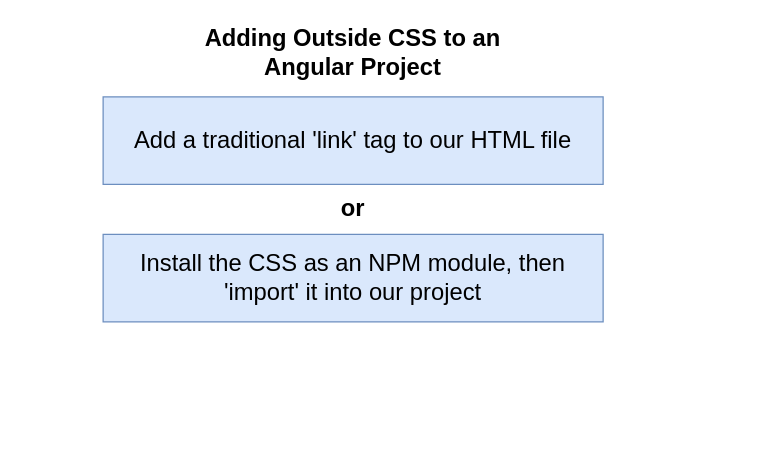
StephenGrider/ng-casts keeps this draw.io diagram as page "07 - methods" (5 of 27) of diagrams/cards/diagrams.drawio. Above is the earlier version. Source tidied: cells renumbered, new cells numbered last; positions are measured from the earlier drawing's top-left corner, leaving out a move shared by most shapes. Both pictures are drawn from the tidied source at 125%, with x=0, y=0 at pixel (102, 21).
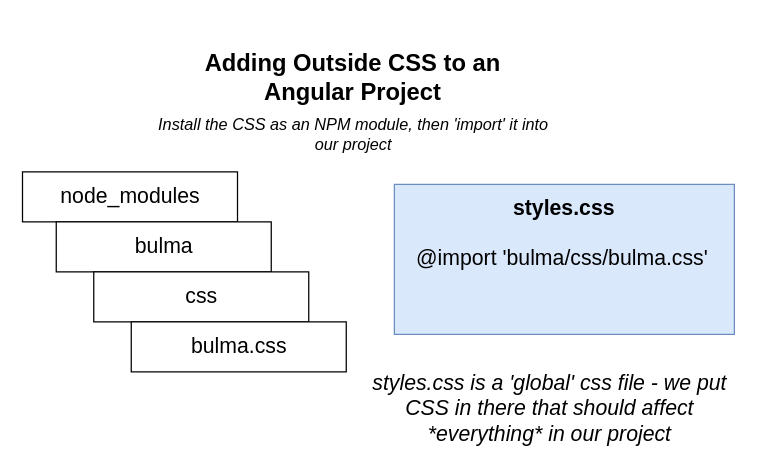
After the change.

What changed in the source:
```diff
@@
 <mxGraphModel>
   <root>
     <mxCell id="0" />
     <mxCell id="1" parent="0" />
-    <mxCell id="2" value="Add a traditional 'link' tag to our HTML file" style="rounded=0;whiteSpace=wrap;html=1;shadow=0;fontSize=19;align=center;fillColor=#dae8fc;strokeColor=#6c8ebf;" parent="1" vertex="1">
-      <mxGeometry y="60" width="400" height="70" as="geometry" />
-    </mxCell>
     <mxCell id="3" value="Adding Outside CSS to an Angular Project" style="text;html=1;strokeColor=none;fillColor=none;align=center;verticalAlign=middle;whiteSpace=wrap;rounded=0;shadow=0;fontSize=19;fontStyle=1;" parent="1" vertex="1">
-      <mxGeometry x="65" width="270" height="50" as="geometry" />
+      <mxGeometry x="65" y="20" width="270" height="50" as="geometry" />
     </mxCell>
-    <mxCell id="4" value="Install the CSS as an NPM module, then 'import' it into our project" style="rounded=0;whiteSpace=wrap;html=1;shadow=0;fontSize=19;align=center;fillColor=#dae8fc;strokeColor=#6c8ebf;" parent="1" vertex="1">
-      <mxGeometry y="170" width="400" height="70" as="geometry" />
+    <mxCell id="4" value="&lt;span style=&quot;font-size: 13px;&quot;&gt;Install the CSS as an NPM module, then 'import' it into our project&lt;/span&gt;" style="text;html=1;strokeColor=none;fillColor=none;align=center;verticalAlign=middle;whiteSpace=wrap;rounded=0;shadow=0;fontSize=13;fontStyle=2;" parent="1" vertex="1">
+      <mxGeometry x="42.5" y="80" width="315" height="20" as="geometry" />
     </mxCell>
-    <mxCell id="5" value="&lt;b&gt;or&lt;/b&gt;" style="text;html=1;strokeColor=none;fillColor=none;align=center;verticalAlign=middle;whiteSpace=wrap;rounded=0;shadow=0;fontSize=19;" parent="1" vertex="1">
-      <mxGeometry x="180" y="140" width="40" height="20" as="geometry" />
-    </mxCell>
+    <mxCell id="6" value="node_modules" style="rounded=0;whiteSpace=wrap;html=1;shadow=0;strokeWidth=1;fontSize=17;align=center;" parent="1" vertex="1">
+      <mxGeometry x="-64.5" y="120" width="172" height="40" as="geometry" />
+    </mxCell>
+    <mxCell id="7" value="bulma" style="rounded=0;whiteSpace=wrap;html=1;shadow=0;strokeWidth=1;fontSize=17;align=center;" parent="1" vertex="1">
+      <mxGeometry x="-37.5" y="160" width="172" height="40" as="geometry" />
+    </mxCell>
+    <mxCell id="8" value="css" style="rounded=0;whiteSpace=wrap;html=1;shadow=0;strokeWidth=1;fontSize=17;align=center;" parent="1" vertex="1">
+      <mxGeometry x="-7.5" y="200" width="172" height="40" as="geometry" />
+    </mxCell>
+    <mxCell id="9" value="bulma.css" style="rounded=0;whiteSpace=wrap;html=1;shadow=0;strokeWidth=1;fontSize=17;align=center;" parent="1" vertex="1">
+      <mxGeometry x="22.5" y="240" width="172" height="40" as="geometry" />
+    </mxCell>
+    <mxCell id="10" value="styles.css&lt;br&gt;&lt;br&gt;&lt;br&gt;&lt;br&gt;&lt;br&gt;" style="rounded=0;whiteSpace=wrap;html=1;shadow=0;strokeWidth=1;fontSize=17;align=center;fillColor=#dae8fc;strokeColor=#6c8ebf;fontStyle=1;" parent="1" vertex="1">
+      <mxGeometry x="233" y="130" width="272" height="120" as="geometry" />
+    </mxCell>
+    <mxCell id="11" value="@import 'bulma/css/bulma.css'" style="text;html=1;strokeColor=none;fillColor=none;align=center;verticalAlign=middle;whiteSpace=wrap;rounded=0;shadow=0;fontSize=17;" parent="1" vertex="1">
+      <mxGeometry x="230" y="180" width="275" height="20" as="geometry" />
+    </mxCell>
+    <mxCell id="12" value="&lt;i&gt;styles.css is a 'global' css file - we put CSS in there that should affect *everything* in our project&lt;/i&gt;" style="text;html=1;strokeColor=none;fillColor=none;align=center;verticalAlign=middle;whiteSpace=wrap;rounded=0;shadow=0;fontSize=17;" parent="1" vertex="1">
+      <mxGeometry x="199" y="290" width="317" height="40" as="geometry" />
+    </mxCell>
   </root>
 </mxGraphModel>
```
